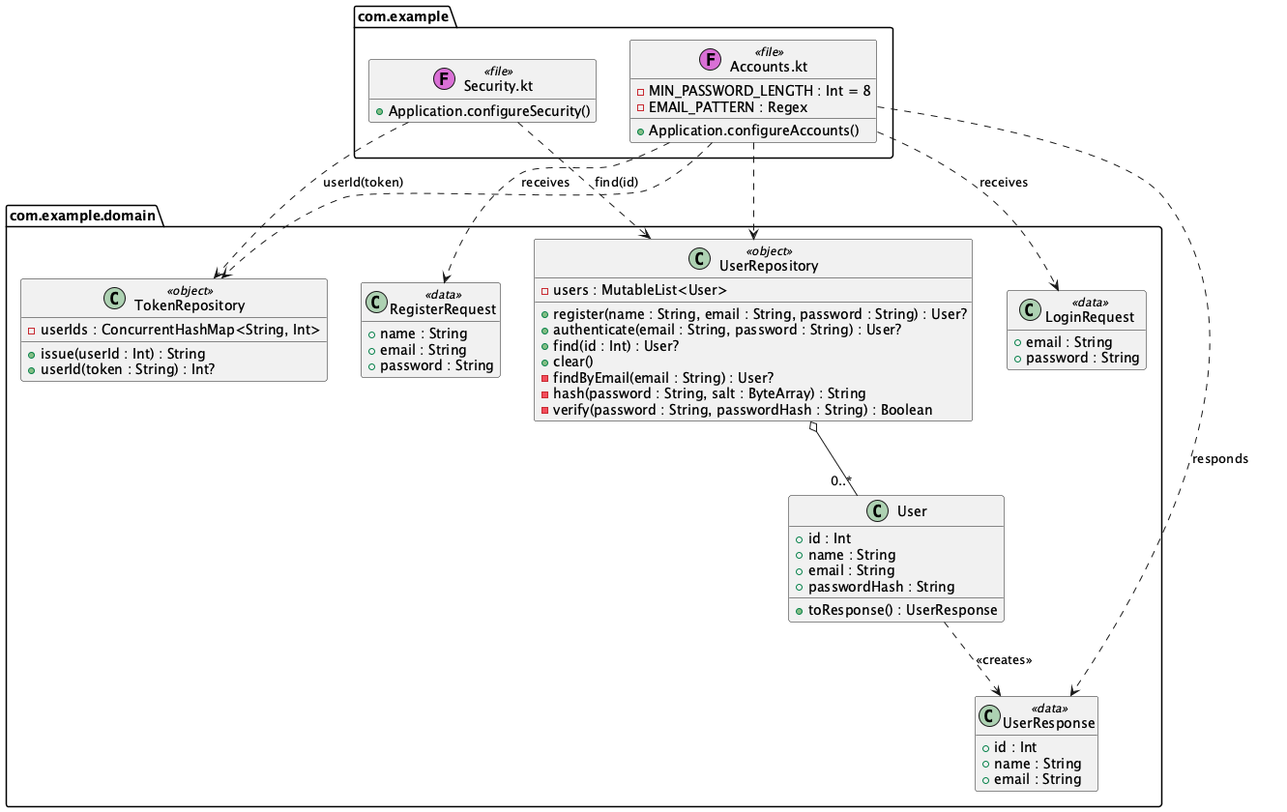
The PlantUML diagram docs/diagrams/class-accounts.png in Rent-a-car-38291/rent-a-car, before a commit.
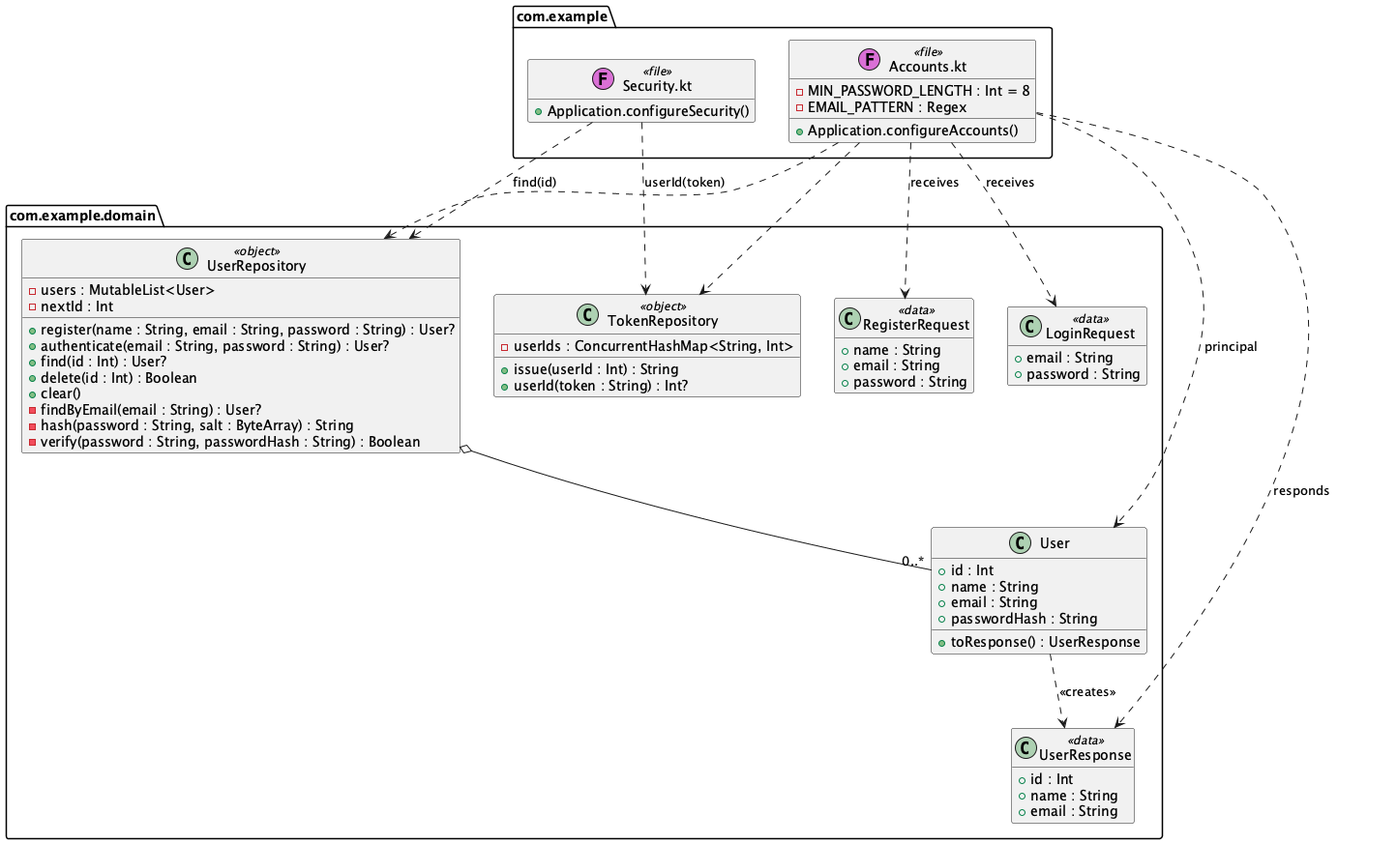
The same file after the commit.

Commit message:
Add a sequence diagram of deleting an account and the delete method to the class diagram

Diff of the diagram source:
```diff
@@ -37,9 +37,11 @@
   }
   class UserRepository <<object>> {
     - users : MutableList<User>
+    - nextId : Int
     + register(name : String, email : String, password : String) : User?
     + authenticate(email : String, password : String) : User?
     + find(id : Int) : User?
+    + delete(id : Int) : Boolean
     + clear()
     - findByEmail(email : String) : User?
     - hash(password : String, salt : ByteArray) : String
@@ -57,6 +59,7 @@
 Accounts ..> RegisterRequest : receives
 Accounts ..> LoginRequest : receives
 Accounts ..> UserResponse : responds
+Accounts ..> User : principal
 Accounts ..> UserRepository
 Accounts ..> TokenRepository
 Security ..> TokenRepository : userId(token)
```
